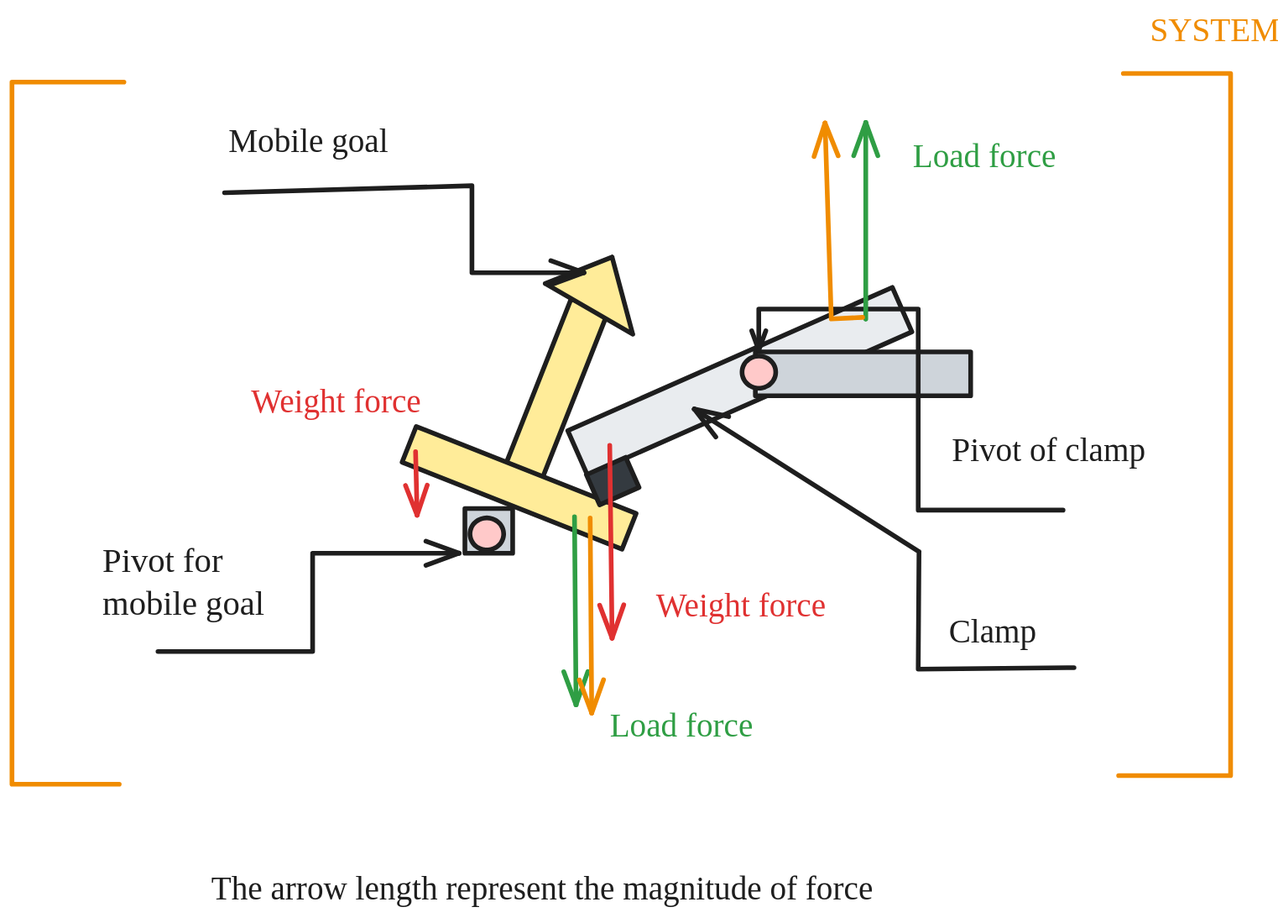
This is entries/clamp-2/build-troubleshoot-2/11-19-24-system-diagram.excalidraw.svg from Area-53-Robotics/53D-High-Stakes-Notebook, a Excalidraw export, as it was before one commit. Source tidied: one line per element, renumbered; positions are measured from the earlier drawing's top-left corner, leaving out a move shared by most shapes.
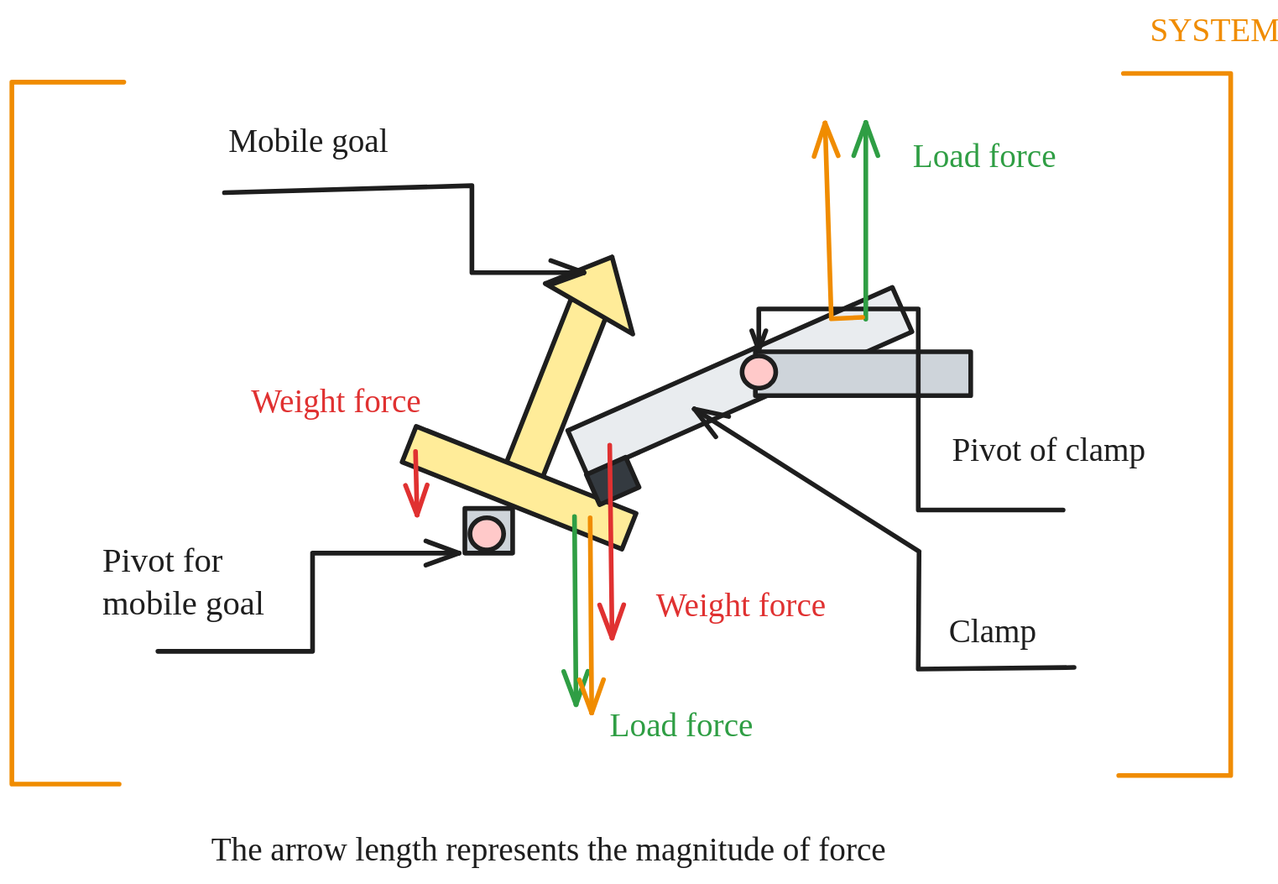
Later version of the same file.

What changed in the source:
```diff
@@ -18,7 +18,7 @@
 {"id": 17, "type": "text", "text": "Load force", "strokeColor": "#2f9e44", "backgroundColor": "#ffc9c9", "fillStyle": "solid", "strokeWidth": 4, "roughness": 0, "fontSize": 28, "fontFamily": 5, "x": 509, "y": 592, "width": 130, "height": 35}
 {"id": 18, "type": "arrow", "strokeColor": "#e03131", "backgroundColor": "#ffc9c9", "fillStyle": "solid", "strokeWidth": 4, "roughness": 0, "endArrowhead": "arrow", "from": 1, "x": 344, "y": 374, "width": 1, "height": 54, "points": [[0, 0], [1, 54]]}
 {"id": 19, "type": "text", "text": "Weight force", "strokeColor": "#e03131", "backgroundColor": "#ffc9c9", "fillStyle": "solid", "strokeWidth": 4, "roughness": 0, "fontSize": 28, "fontFamily": 5, "x": 204, "y": 316, "width": 159, "height": 35}
-{"id": 20, "type": "text", "text": "The arrow length represent the magnitude of force", "strokeColor": "#1e1e1e", "backgroundColor": "#ffc9c9", "fillStyle": "solid", "strokeWidth": 4, "roughness": 0, "fontSize": 28, "fontFamily": 5, "x": 170, "y": 730, "width": 625, "height": 35}
+{"id": 20, "type": "text", "text": "The arrow length represents the magnitude of force", "strokeColor": "#1e1e1e", "backgroundColor": "#ffc9c9", "fillStyle": "solid", "strokeWidth": 4, "roughness": 0, "fontSize": 28, "fontFamily": 5, "x": 170, "y": 697, "width": 637, "height": 35}
 {"id": 21, "type": "line", "strokeColor": "#f08c00", "backgroundColor": "#ffc9c9", "fillStyle": "solid", "strokeWidth": 4, "roughness": 0, "x": 946, "y": 53, "width": 95, "height": 597, "points": [[0, 0], [91, 0], [91, 597], [-4, 597]]}
 {"id": 22, "type": "line", "strokeColor": "#f08c00", "angle": 3.14, "backgroundColor": "#ffc9c9", "fillStyle": "solid", "strokeWidth": 4, "roughness": 0, "x": 4, "y": 60, "width": 95, "height": 597, "points": [[0, 0], [91, 0], [91, 597], [-4, 597]]}
 {"id": 23, "type": "text", "text": "SYSTEM", "strokeColor": "#f08c00", "backgroundColor": "#ffc9c9", "fillStyle": "solid", "strokeWidth": 4, "roughness": 0, "fontSize": 28, "fontFamily": 5, "x": 969, "y": 0, "width": 99, "height": 35}
```
